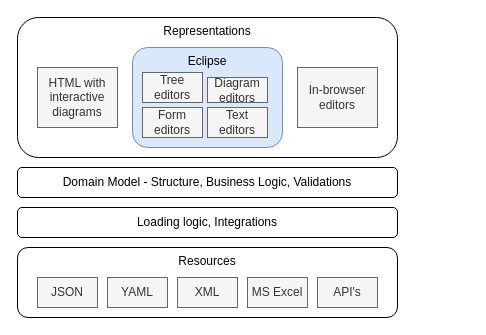
The draw.io diagram docs/mbse.drawio in pvlasov/cv, before the edit. Source tidied: cells renumbered, new cells numbered last; positions are measured from the earlier drawing's top-left corner, leaving out a move shared by most shapes. Both pictures are drawn from the tidied source at 100%, with x=0, y=0 at pixel (17, 17).
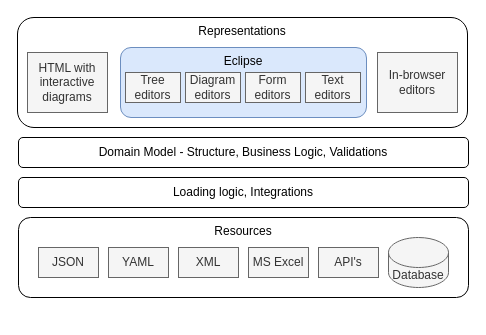
After the change.

The edit, as a diff of the source:
```diff
@@
 <mxGraphModel>
   <root>
     <mxCell id="0" />
     <mxCell id="1" parent="0" />
     <mxCell id="2" value="Representations" style="rounded=1;whiteSpace=wrap;html=1;verticalAlign=top;" parent="1" vertex="1">
-      <mxGeometry width="380" height="140" as="geometry" />
+      <mxGeometry width="450" height="110" as="geometry" />
     </mxCell>
     <mxCell id="3" value="Eclipse" style="rounded=1;whiteSpace=wrap;html=1;verticalAlign=top;fillColor=#dae8fc;strokeColor=#6c8ebf;" parent="1" vertex="1">
-      <mxGeometry x="115" y="30" width="150" height="100" as="geometry" />
+      <mxGeometry x="103" y="30" width="246" height="70" as="geometry" />
     </mxCell>
     <mxCell id="4" value="Resources" style="rounded=1;whiteSpace=wrap;html=1;verticalAlign=top;" parent="1" vertex="1">
-      <mxGeometry y="230" width="380" height="70" as="geometry" />
+      <mxGeometry x="1" y="200" width="450" height="80" as="geometry" />
     </mxCell>
     <mxCell id="5" value="JSON" style="rounded=0;whiteSpace=wrap;html=1;fillColor=#f5f5f5;fontColor=#333333;strokeColor=#666666;" parent="1" vertex="1">
-      <mxGeometry x="20" y="260" width="60" height="30" as="geometry" />
+      <mxGeometry x="21" y="230" width="60" height="30" as="geometry" />
     </mxCell>
     <mxCell id="6" value="YAML" style="rounded=0;whiteSpace=wrap;html=1;fillColor=#f5f5f5;fontColor=#333333;strokeColor=#666666;" parent="1" vertex="1">
-      <mxGeometry x="90" y="260" width="60" height="30" as="geometry" />
+      <mxGeometry x="91" y="230" width="60" height="30" as="geometry" />
     </mxCell>
     <mxCell id="7" value="XML" style="rounded=0;whiteSpace=wrap;html=1;fillColor=#f5f5f5;fontColor=#333333;strokeColor=#666666;" parent="1" vertex="1">
-      <mxGeometry x="160" y="260" width="60" height="30" as="geometry" />
+      <mxGeometry x="161" y="230" width="60" height="30" as="geometry" />
     </mxCell>
     <mxCell id="8" value="MS Excel" style="rounded=0;whiteSpace=wrap;html=1;fillColor=#f5f5f5;fontColor=#333333;strokeColor=#666666;" parent="1" vertex="1">
-      <mxGeometry x="230" y="260" width="60" height="30" as="geometry" />
+      <mxGeometry x="231" y="230" width="60" height="30" as="geometry" />
     </mxCell>
     <mxCell id="9" value="API's" style="rounded=0;whiteSpace=wrap;html=1;fillColor=#f5f5f5;fontColor=#333333;strokeColor=#666666;" parent="1" vertex="1">
-      <mxGeometry x="300" y="260" width="60" height="30" as="geometry" />
+      <mxGeometry x="301" y="230" width="60" height="30" as="geometry" />
     </mxCell>
     <mxCell id="10" value="Loading logic, Integrations" style="rounded=1;whiteSpace=wrap;html=1;verticalAlign=middle;" parent="1" vertex="1">
-      <mxGeometry y="190" width="380" height="30" as="geometry" />
+      <mxGeometry x="1" y="160" width="450" height="30" as="geometry" />
     </mxCell>
     <mxCell id="11" value="Domain Model - Structure, Business Logic, Validations" style="rounded=1;whiteSpace=wrap;html=1;verticalAlign=middle;" parent="1" vertex="1">
-      <mxGeometry y="150" width="380" height="30" as="geometry" />
+      <mxGeometry x="1" y="120" width="450" height="30" as="geometry" />
     </mxCell>
     <mxCell id="12" value="HTML with interactive diagrams" style="rounded=0;whiteSpace=wrap;html=1;fillColor=#f5f5f5;fontColor=#333333;strokeColor=#666666;" parent="1" vertex="1">
-      <mxGeometry x="20" y="50" width="80" height="60" as="geometry" />
+      <mxGeometry x="10" y="35" width="80" height="60" as="geometry" />
     </mxCell>
     <mxCell id="13" value="Diagram editors" style="rounded=0;whiteSpace=wrap;html=1;fillColor=#f5f5f5;fontColor=#333333;strokeColor=#666666;" parent="1" vertex="1">
-      <mxGeometry x="190" y="60" width="60" height="25" as="geometry" />
+      <mxGeometry x="168" y="55" width="55" height="30" as="geometry" />
     </mxCell>
     <mxCell id="14" value="Form editors" style="rounded=0;whiteSpace=wrap;html=1;fillColor=#f5f5f5;fontColor=#333333;strokeColor=#666666;" parent="1" vertex="1">
-      <mxGeometry x="125" y="90" width="60" height="30" as="geometry" />
+      <mxGeometry x="228" y="55" width="55" height="30" as="geometry" />
     </mxCell>
     <mxCell id="15" value="Tree editors" style="rounded=0;whiteSpace=wrap;html=1;fillColor=#f5f5f5;fontColor=#333333;strokeColor=#666666;" parent="1" vertex="1">
-      <mxGeometry x="125" y="55" width="60" height="30" as="geometry" />
+      <mxGeometry x="108" y="55" width="55" height="30" as="geometry" />
     </mxCell>
     <mxCell id="16" value="In-browser editors" style="rounded=0;whiteSpace=wrap;html=1;fillColor=#f5f5f5;fontColor=#333333;strokeColor=#666666;" parent="1" vertex="1">
-      <mxGeometry x="280" y="50" width="80" height="60" as="geometry" />
+      <mxGeometry x="360" y="35" width="80" height="60" as="geometry" />
     </mxCell>
     <mxCell id="17" value="Text editors" style="rounded=0;whiteSpace=wrap;html=1;fillColor=#f5f5f5;fontColor=#333333;strokeColor=#666666;" parent="1" vertex="1">
-      <mxGeometry x="190" y="90" width="60" height="30" as="geometry" />
+      <mxGeometry x="288" y="55" width="55" height="30" as="geometry" />
     </mxCell>
+    <mxCell id="18" value="Database" style="shape=cylinder3;whiteSpace=wrap;html=1;boundedLbl=1;backgroundOutline=1;size=15;fillColor=#f5f5f5;fontColor=#333333;strokeColor=#666666;" parent="1" vertex="1">
+      <mxGeometry x="371" y="220" width="60" height="50" as="geometry" />
+    </mxCell>
   </root>
 </mxGraphModel>
```
